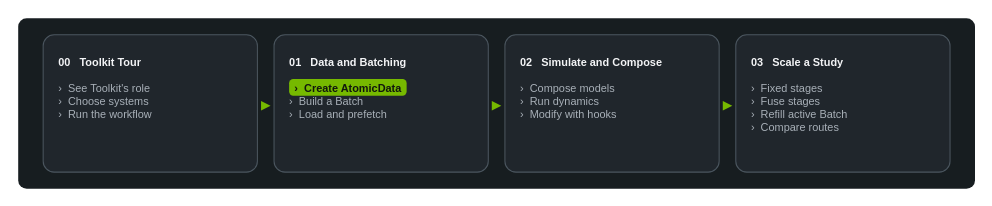
openhackathons-org/ALCHEMI-Bootcamp keeps this draw.io diagram as page "Module 01 AtomicData" (2 of 11) of notebooks/assets/course-roadmap-core.drawio. Above is the earlier version. Source tidied: cells renumbered, new cells numbered last; positions are measured from the earlier drawing's top-left corner, leaving out a move shared by most shapes. Both pictures are drawn from the tidied source at 104%, with x=0, y=0 at pixel (18, 18).
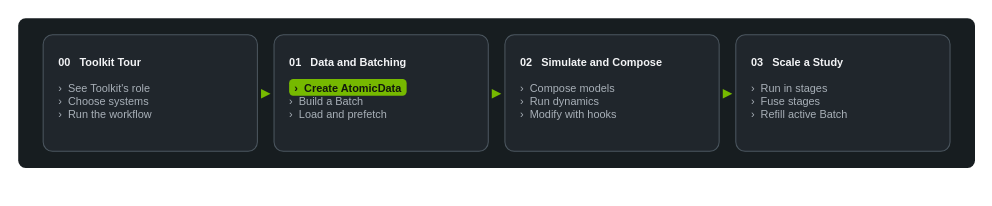
Above is the later version.

Change to the diagram source:
```diff
@@
 <mxGraphModel>
   <root>
     <mxCell id="0" />
     <mxCell id="1" parent="0" />
     <mxCell id="2" style="rounded=1;whiteSpace=wrap;html=1;arcSize=5;fillColor=#171D20;strokeColor=none;" parent="1" vertex="1">
-      <mxGeometry width="920" height="164" as="geometry" />
+      <mxGeometry width="920" height="144" as="geometry" />
     </mxCell>
     <mxCell id="3" value="&lt;b style=&quot;color:#F3F4F6;&quot;&gt;00&amp;nbsp;&amp;nbsp; Toolkit Tour&lt;/b&gt;&lt;br&gt;&lt;br&gt;›&amp;nbsp; See Toolkit's role&lt;br&gt;›&amp;nbsp; Choose systems&lt;br&gt;›&amp;nbsp; Run the workflow" style="rounded=1;whiteSpace=wrap;html=1;arcSize=8;fillColor=#20262C;strokeColor=#4B565F;fontColor=#A8B0B8;fontFamily=NVIDIA Sans;fontSize=10.5;align=left;verticalAlign=top;spacingTop=13;spacingLeft=13;" parent="1" vertex="1">
-      <mxGeometry x="24" y="16" width="206" height="132" as="geometry" />
+      <mxGeometry x="24" y="16" width="206" height="112" as="geometry" />
     </mxCell>
     <mxCell id="4" value="&lt;b style=&quot;color:#F3F4F6;&quot;&gt;01&amp;nbsp;&amp;nbsp; Data and Batching&lt;/b&gt;&lt;br&gt;&lt;br&gt;&lt;span style=&quot;background-color:#76B900;color:#11170D;padding:2px 5px;border-radius:4px;font-weight:700;&quot;&gt;›&amp;nbsp; Create AtomicData&lt;/span&gt;&lt;br&gt;›&amp;nbsp; Build a Batch&lt;br&gt;›&amp;nbsp; Load and prefetch" style="rounded=1;whiteSpace=wrap;html=1;arcSize=8;fillColor=#20262C;strokeColor=#4B565F;fontColor=#A8B0B8;fontFamily=NVIDIA Sans;fontSize=10.5;align=left;verticalAlign=top;spacingTop=13;spacingLeft=13;" parent="1" vertex="1">
-      <mxGeometry x="246" y="16" width="206" height="132" as="geometry" />
+      <mxGeometry x="246" y="16" width="206" height="112" as="geometry" />
     </mxCell>
     <mxCell id="5" value="&lt;b style=&quot;color:#F3F4F6;&quot;&gt;02&amp;nbsp;&amp;nbsp; Simulate and Compose&lt;/b&gt;&lt;br&gt;&lt;br&gt;›&amp;nbsp; Compose models&lt;br&gt;›&amp;nbsp; Run dynamics&lt;br&gt;›&amp;nbsp; Modify with hooks" style="rounded=1;whiteSpace=wrap;html=1;arcSize=8;fillColor=#20262C;strokeColor=#4B565F;fontColor=#A8B0B8;fontFamily=NVIDIA Sans;fontSize=10.5;align=left;verticalAlign=top;spacingTop=13;spacingLeft=13;" parent="1" vertex="1">
-      <mxGeometry x="468" y="16" width="206" height="132" as="geometry" />
+      <mxGeometry x="468" y="16" width="206" height="112" as="geometry" />
     </mxCell>
-    <mxCell id="6" value="&lt;b style=&quot;color:#F3F4F6;&quot;&gt;03&amp;nbsp;&amp;nbsp; Scale a Study&lt;/b&gt;&lt;br&gt;&lt;br&gt;›&amp;nbsp; Fixed stages&lt;br&gt;›&amp;nbsp; Fuse stages&lt;br&gt;›&amp;nbsp; Refill active Batch&lt;br&gt;›&amp;nbsp; Compare routes" style="rounded=1;whiteSpace=wrap;html=1;arcSize=8;fillColor=#20262C;strokeColor=#4B565F;fontColor=#A8B0B8;fontFamily=NVIDIA Sans;fontSize=10.5;align=left;verticalAlign=top;spacingTop=13;spacingLeft=13;" parent="1" vertex="1">
-      <mxGeometry x="690" y="16" width="206" height="132" as="geometry" />
+    <mxCell id="6" value="&lt;b style=&quot;color:#F3F4F6;&quot;&gt;03&amp;nbsp;&amp;nbsp; Scale a Study&lt;/b&gt;&lt;br&gt;&lt;br&gt;›&amp;nbsp; Run in stages&lt;br&gt;›&amp;nbsp; Fuse stages&lt;br&gt;›&amp;nbsp; Refill active Batch" style="rounded=1;whiteSpace=wrap;html=1;arcSize=8;fillColor=#20262C;strokeColor=#4B565F;fontColor=#A8B0B8;fontFamily=NVIDIA Sans;fontSize=10.5;align=left;verticalAlign=top;spacingTop=13;spacingLeft=13;" parent="1" vertex="1">
+      <mxGeometry x="690" y="16" width="206" height="112" as="geometry" />
     </mxCell>
     <mxCell id="7" value="▶" style="text;html=1;strokeColor=none;fillColor=none;align=center;verticalAlign=middle;fontFamily=Arial;fontSize=12;fontColor=#76B900;" parent="1" vertex="1">
-      <mxGeometry x="231" y="72" width="14" height="24" as="geometry" />
+      <mxGeometry x="231" y="60" width="14" height="24" as="geometry" />
     </mxCell>
     <mxCell id="8" value="▶" style="text;html=1;strokeColor=none;fillColor=none;align=center;verticalAlign=middle;fontFamily=Arial;fontSize=12;fontColor=#76B900;" parent="1" vertex="1">
-      <mxGeometry x="453" y="72" width="14" height="24" as="geometry" />
+      <mxGeometry x="453" y="60" width="14" height="24" as="geometry" />
     </mxCell>
     <mxCell id="9" value="▶" style="text;html=1;strokeColor=none;fillColor=none;align=center;verticalAlign=middle;fontFamily=Arial;fontSize=12;fontColor=#76B900;" parent="1" vertex="1">
-      <mxGeometry x="675" y="72" width="14" height="24" as="geometry" />
+      <mxGeometry x="675" y="60" width="14" height="24" as="geometry" />
     </mxCell>
   </root>
 </mxGraphModel>
```
